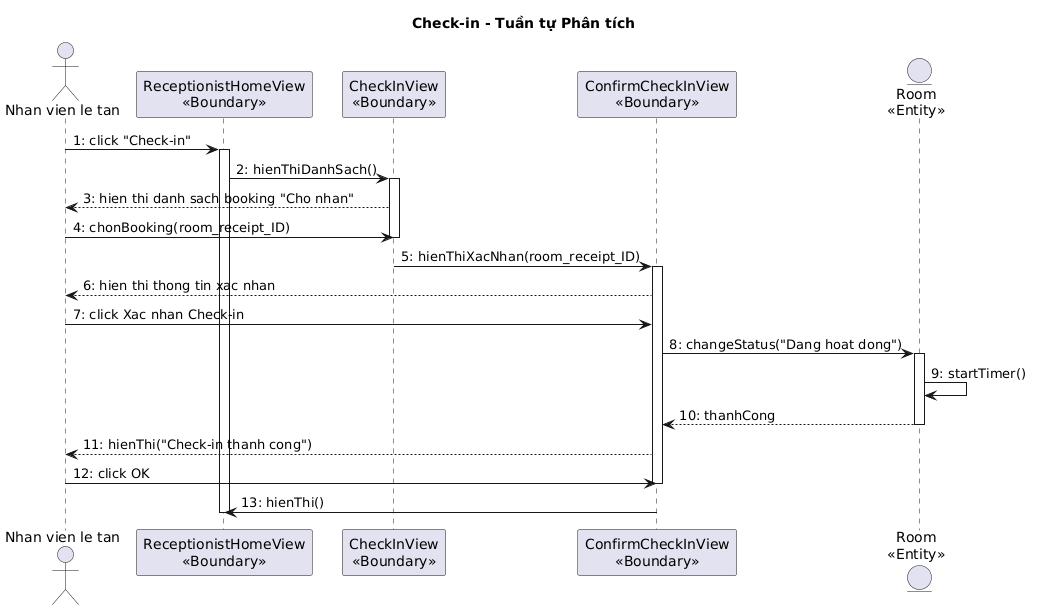
Earlier version of the PlantUML export output/diagrams/booking_aseq_checkin.png (thanhtrnnn/cnpm).
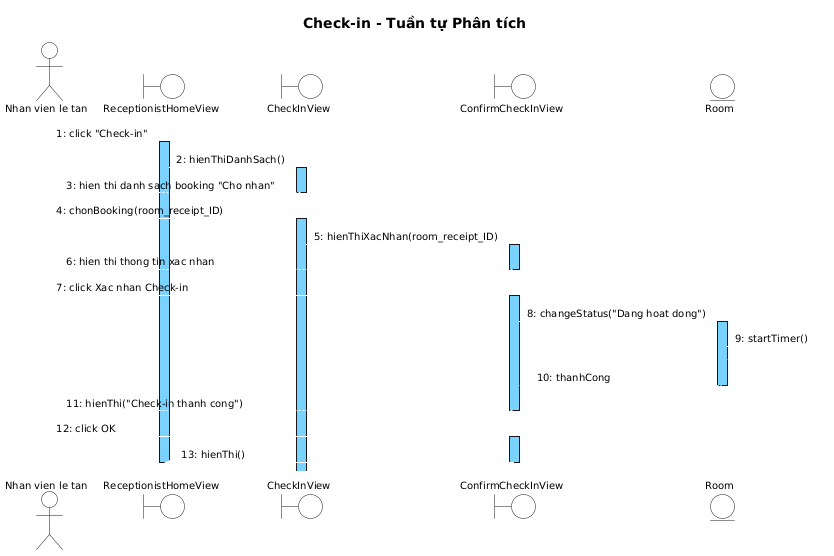
After the commit.

Diff of the diagram source:
```diff
@@ -1,31 +1,61 @@
 @startuml
+skinparam shadowing false
+skinparam SequenceMessageAlign left
+skinparam SequenceLifeLineBackgroundColor #7AD2FF
+skinparam SequenceLifeLineBorderColor #000000
+
+<style>
+sequenceDiagram {
+  Shadowing 0
+  RoundCorner 0
+  FontName "Arial"
+  FontSize 10
+  FontColor #000000
+  participant { BackgroundColor #7AD2FF LineColor #000000 LineThickness 1 }
+  actor { BackgroundColor transparent LineColor #000000 }
+  boundary { BackgroundColor #7AD2FF LineColor #000000 }
+  control { BackgroundColor #7AD2FF LineColor #000000 }
+  entity { BackgroundColor #7AD2FF LineColor #000000 }
+  lifeline { LineColor #000000 LineStyle 5-5 }
+  arrow { LineColor #000000 LineThickness 1 FontSize 10 }
+}
+</style>
+
 title Check-in - Tuần tự Phân tích
 
 actor "Nhan vien le tan" as NV
-participant "ReceptionistHomeView\n<<Boundary>>" as Home
-participant "CheckInView\n<<Boundary>>" as CheckIn
-participant "ConfirmCheckInView\n<<Boundary>>" as Confirm
-entity "Room\n<<Entity>>" as Room
+boundary ReceptionistHomeView
+boundary CheckInView
+boundary ConfirmCheckInView
+entity Room
 
-NV -> Home : 1: click "Check-in"
-activate Home
-Home -> CheckIn : 2: hienThiDanhSach()
-activate CheckIn
-CheckIn --> NV : 3: hien thi danh sach booking "Cho nhan"
-NV -> CheckIn : 4: chonBooking(room_receipt_ID)
-deactivate CheckIn
-CheckIn -> Confirm : 5: hienThiXacNhan(room_receipt_ID)
-activate Confirm
-Confirm --> NV : 6: hien thi thong tin xac nhan
-NV -> Confirm : 7: click Xac nhan Check-in
-Confirm -> Room : 8: changeStatus("Dang hoat dong")
+NV -> ReceptionistHomeView : 1: click "Check-in"
+activate ReceptionistHomeView
+ReceptionistHomeView -> CheckInView : 2: hienThiDanhSach()
+activate CheckInView
+CheckInView --> NV : 3: hien thi danh sach booking "Cho nhan"
+deactivate CheckInView
+
+NV -> CheckInView : 4: chonBooking(room_receipt_ID)
+activate CheckInView
+CheckInView -> ConfirmCheckInView : 5: hienThiXacNhan(room_receipt_ID)
+activate ConfirmCheckInView
+ConfirmCheckInView --> NV : 6: hien thi thong tin xac nhan
+deactivate ConfirmCheckInView
+
+NV -> ConfirmCheckInView : 7: click Xac nhan Check-in
+activate ConfirmCheckInView
+ConfirmCheckInView -> Room : 8: changeStatus("Dang hoat dong")
 activate Room
 Room -> Room : 9: startTimer()
-Room --> Confirm : 10: thanhCong
+Room --> ConfirmCheckInView : 10: thanhCong
 deactivate Room
-Confirm --> NV : 11: hienThi("Check-in thanh cong")
-NV -> Confirm : 12: click OK
-deactivate Confirm
-Confirm -> Home : 13: hienThi()
-deactivate Home
+ConfirmCheckInView --> NV : 11: hienThi("Check-in thanh cong")
+deactivate ConfirmCheckInView
+
+NV -> ConfirmCheckInView : 12: click OK
+activate ConfirmCheckInView
+ConfirmCheckInView -> ReceptionistHomeView : 13: hienThi()
+deactivate ConfirmCheckInView
+deactivate ReceptionistHomeView
 @enduml
```
